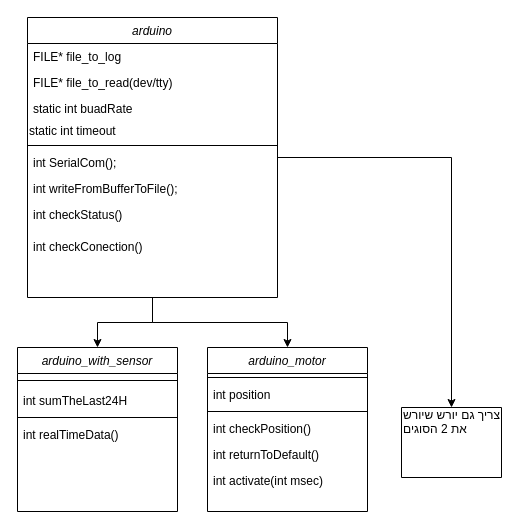
Above: arduino/ardClass.drawio in yarin28/garden-chicken_coop (draw.io), before the change. Source tidied: cells renumbered, new cells numbered last; positions are measured from the earlier drawing's top-left corner, leaving out a move shared by most shapes. Both pictures are drawn from the tidied source at 100%, with x=0, y=0 at pixel (17, 17).
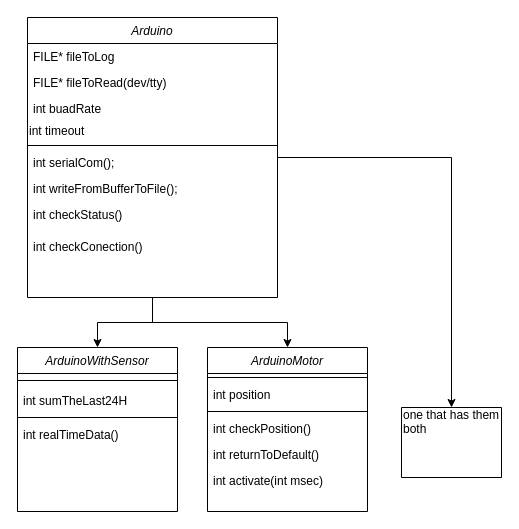
After the change.

Commit message:
to engilsh with casting

The edit, as a diff of the source:
```diff
@@
-    <mxCell id="5" value="arduino" style="swimlane;fontStyle=2;align=center;verticalAlign=top;horizontal=1;startSize=26;rounded=0;shadow=0;strokeWidth=1;" parent="1" vertex="1">
+    <mxCell id="5" value="Arduino" style="swimlane;fontStyle=2;align=center;verticalAlign=top;horizontal=1;startSize=26;rounded=0;shadow=0;strokeWidth=1;" parent="1" vertex="1">
       <mxGeometry x="10" width="250" height="280" as="geometry" />
     </mxCell>
-    <mxCell id="6" value="FILE* file_to_log" style="text;align=left;verticalAlign=top;spacingLeft=4;spacingRight=4;overflow=hidden;" parent="5" vertex="1">
+    <mxCell id="6" value="FILE* fileToLog" style="text;align=left;verticalAlign=top;spacingLeft=4;spacingRight=4;overflow=hidden;" parent="5" vertex="1">
       <mxGeometry y="26" width="250" height="26" as="geometry" />
     </mxCell>
-    <mxCell id="7" value="FILE* file_to_read(dev/tty)" style="text;align=left;verticalAlign=top;spacingLeft=4;spacingRight=4;overflow=hidden;rounded=0;shadow=0;html=0;" parent="5" vertex="1">
+    <mxCell id="7" value="FILE* fileToRead(dev/tty)" style="text;align=left;verticalAlign=top;spacingLeft=4;spacingRight=4;overflow=hidden;rounded=0;shadow=0;html=0;" parent="5" vertex="1">
       <mxGeometry y="52" width="250" height="26" as="geometry" />
     </mxCell>
-    <mxCell id="8" value="static int buadRate" style="text;strokeColor=none;fillColor=none;align=left;verticalAlign=top;spacingLeft=4;spacingRight=4;overflow=hidden;" parent="5" vertex="1">
+    <mxCell id="8" value="int buadRate" style="text;strokeColor=none;fillColor=none;align=left;verticalAlign=top;spacingLeft=4;spacingRight=4;overflow=hidden;" parent="5" vertex="1">
       <mxGeometry y="78" width="250" height="26" as="geometry" />
     </mxCell>
-    <mxCell id="9" value="static int timeout" style="text;html=1;strokeColor=none;fillColor=none;align=left;verticalAlign=middle;whiteSpace=wrap;rounded=0;" parent="5" vertex="1">
+    <mxCell id="9" value="int timeout" style="text;html=1;strokeColor=none;fillColor=none;align=left;verticalAlign=middle;whiteSpace=wrap;rounded=0;" parent="5" vertex="1">
       <mxGeometry y="104" width="250" height="20" as="geometry" />
     </mxCell>
@@
-    <mxCell id="11" value="int SerialCom();" style="text;align=left;verticalAlign=top;spacingLeft=4;spacingRight=4;overflow=hidden;" parent="5" vertex="1">
+    <mxCell id="11" value="int serialCom();" style="text;align=left;verticalAlign=top;spacingLeft=4;spacingRight=4;overflow=hidden;" parent="5" vertex="1">
       <mxGeometry y="132" width="250" height="26" as="geometry" />
     </mxCell>
@@
-    <mxCell id="15" value="arduino_with_sensor" style="swimlane;fontStyle=2;align=center;verticalAlign=top;horizontal=1;startSize=26;rounded=0;shadow=0;strokeWidth=1;" parent="1" vertex="1">
+    <mxCell id="15" value="ArduinoWithSensor" style="swimlane;fontStyle=2;align=center;verticalAlign=top;horizontal=1;startSize=26;rounded=0;shadow=0;strokeWidth=1;" parent="1" vertex="1">
       <mxGeometry y="330" width="160" height="164" as="geometry" />
     </mxCell>
@@
-    <mxCell id="20" value="צריך גם יורש שיורש את 2 הסוגים" style="shape=note;whiteSpace=wrap;html=1;size=0;verticalAlign=top;align=left;spacingTop=-6;" parent="1" vertex="1">
+    <mxCell id="20" value="one that has them both" style="shape=note;whiteSpace=wrap;html=1;size=0;verticalAlign=top;align=left;spacingTop=-6;" parent="1" vertex="1">
       <mxGeometry x="384" y="390" width="100" height="70" as="geometry" />
     </mxCell>
-    <mxCell id="21" value="arduino_motor" style="swimlane;fontStyle=2;align=center;verticalAlign=top;horizontal=1;startSize=26;rounded=0;shadow=0;strokeWidth=1;" parent="1" vertex="1">
+    <mxCell id="21" value="ArduinoMotor" style="swimlane;fontStyle=2;align=center;verticalAlign=top;horizontal=1;startSize=26;rounded=0;shadow=0;strokeWidth=1;" parent="1" vertex="1">
       <mxGeometry x="190" y="330" width="160" height="164" as="geometry" />
     </mxCell>
```
